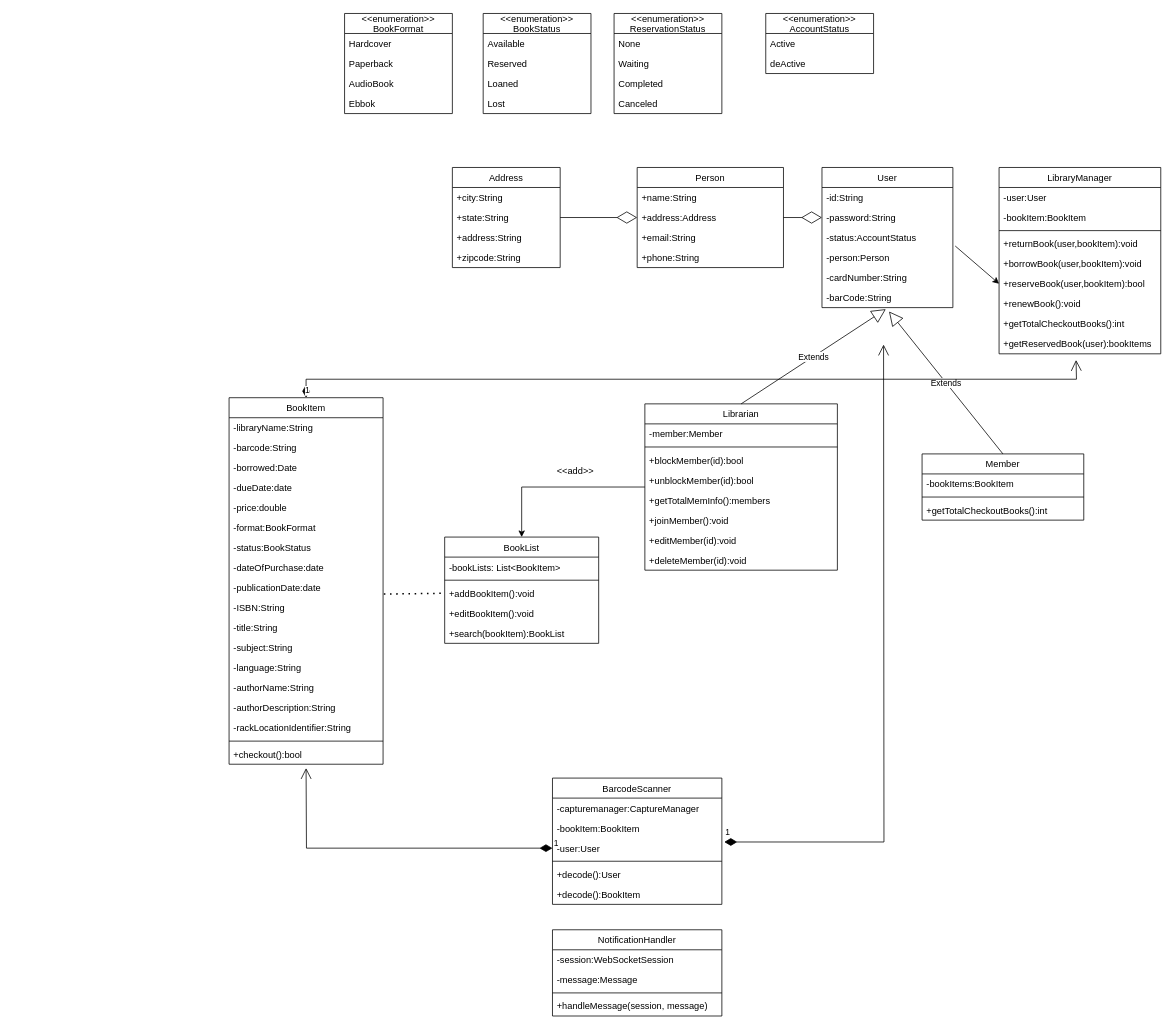
Above: page "클래스다이어그램" (1 of 3) of Library.drawio in gogogo191/becomeadeveloper (draw.io), before the change. Source tidied: cells renumbered, new cells numbered last; positions are measured from the earlier drawing's top-left corner, leaving out a move shared by most shapes. Both pictures are drawn from the tidied source at 77%, with x=0, y=0 at pixel (229, 13).
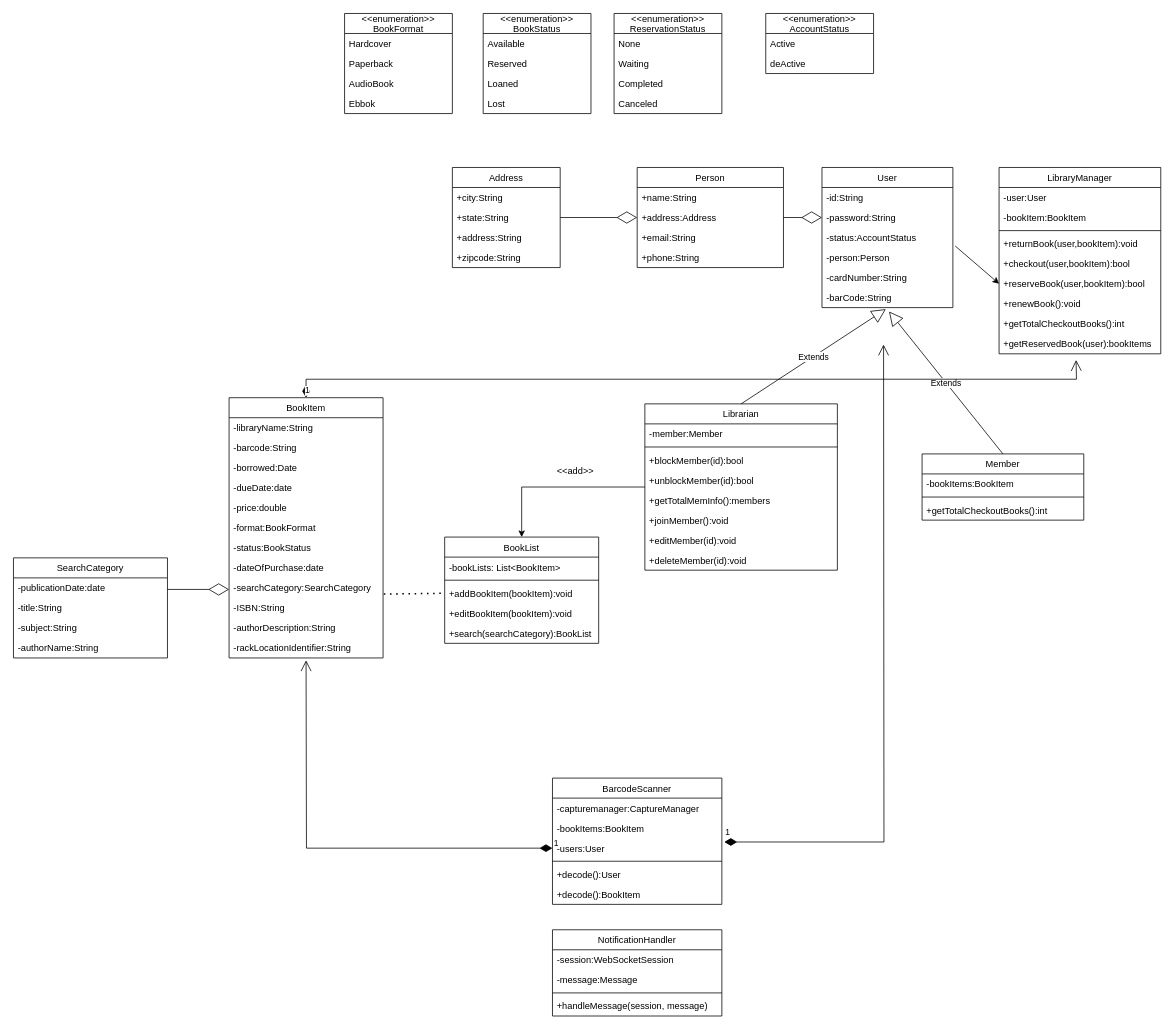
The same page after the edit.

Unchanged cells that the change refers to:
```xml
<mxCell id="66" value="BookList" style="swimlane;fontStyle=0;horizontal=1;startSize=26;fillColor=none;" parent="1" vertex="1">
  <mxGeometry x="280" y="680" width="200" height="138" as="geometry" />
</mxCell>
<mxCell id="85" value="BarcodeScanner" style="swimlane;fontStyle=0;horizontal=1;startSize=26;fillColor=none;" parent="1" vertex="1">
  <mxGeometry x="420" y="993" width="220" height="164" as="geometry" />
</mxCell>
<mxCell id="92" value="LibraryManager" style="swimlane;fontStyle=0;horizontal=1;startSize=26;fillColor=none;" parent="1" vertex="1">
  <mxGeometry x="1000" y="200" width="210" height="242" as="geometry" />
</mxCell>
```

What changed in the source:
```diff
@@
     <mxCell id="46" value="BookItem" style="swimlane;fontStyle=0;horizontal=1;startSize=26;fillColor=none;" parent="1" vertex="1">
-      <mxGeometry y="499" width="200" height="476" as="geometry" />
+      <mxGeometry y="499" width="200" height="338" as="geometry" />
     </mxCell>
@@
-    <mxCell id="55" value="-publicationDate:date" style="text;strokeColor=none;fillColor=none;align=left;verticalAlign=top;spacingLeft=4;spacingRight=4;overflow=hidden;" parent="46" vertex="1">
+    <mxCell id="55" value="-searchCategory:SearchCategory" style="text;strokeColor=none;fillColor=none;align=left;verticalAlign=top;spacingLeft=4;spacingRight=4;overflow=hidden;" parent="46" vertex="1">
       <mxGeometry y="234" width="200" height="26" as="geometry" />
     </mxCell>
@@
-    <mxCell id="57" value="-title:String" style="text;strokeColor=none;fillColor=none;align=left;verticalAlign=top;spacingLeft=4;spacingRight=4;overflow=hidden;" parent="46" vertex="1">
-      <mxGeometry y="286" width="200" height="26" as="geometry" />
-    </mxCell>
-    <mxCell id="58" value="-subject:String" style="text;strokeColor=none;fillColor=none;align=left;verticalAlign=top;spacingLeft=4;spacingRight=4;overflow=hidden;" parent="46" vertex="1">
-      <mxGeometry y="312" width="200" height="26" as="geometry" />
-    </mxCell>
-    <mxCell id="59" value="-language:String" style="text;strokeColor=none;fillColor=none;align=left;verticalAlign=top;spacingLeft=4;spacingRight=4;overflow=hidden;" parent="46" vertex="1">
-      <mxGeometry y="338" width="200" height="26" as="geometry" />
-    </mxCell>
-    <mxCell id="60" value="-authorName:String" style="text;strokeColor=none;fillColor=none;align=left;verticalAlign=top;spacingLeft=4;spacingRight=4;overflow=hidden;" parent="46" vertex="1">
-      <mxGeometry y="364" width="200" height="26" as="geometry" />
-    </mxCell>
     <mxCell id="61" value="-authorDescription:String" style="text;strokeColor=none;fillColor=none;align=left;verticalAlign=top;spacingLeft=4;spacingRight=4;overflow=hidden;" parent="46" vertex="1">
-      <mxGeometry y="390" width="200" height="26" as="geometry" />
+      <mxGeometry y="286" width="200" height="26" as="geometry" />
     </mxCell>
     <mxCell id="62" value="-rackLocationIdentifier:String" style="text;strokeColor=none;fillColor=none;align=left;verticalAlign=top;spacingLeft=4;spacingRight=4;overflow=hidden;" parent="46" vertex="1">
-      <mxGeometry y="416" width="200" height="26" as="geometry" />
+      <mxGeometry y="312" width="200" height="26" as="geometry" />
     </mxCell>
-    <mxCell id="63" style="line;strokeWidth=1;fillColor=none;align=left;verticalAlign=middle;spacingTop=-1;spacingLeft=3;spacingRight=3;labelPosition=right;" parent="46" vertex="1">
-      <mxGeometry y="442" width="200" height="8" as="geometry" />
-    </mxCell>
-    <mxCell id="64" value="+checkout():bool" style="text;strokeColor=none;fillColor=none;align=left;verticalAlign=top;spacingLeft=4;spacingRight=4;overflow=hidden;" parent="46" vertex="1">
-      <mxGeometry y="450" width="200" height="26" as="geometry" />
-    </mxCell>
@@
-    <mxCell id="69" value="+addBookItem():void" style="text;strokeColor=none;fillColor=none;align=left;verticalAlign=top;spacingLeft=4;spacingRight=4;overflow=hidden;points=[[0,0.5],[1,0.5]];portConstraint=eastwest;" parent="66" vertex="1">
+    <mxCell id="69" value="+addBookItem(bookItem):void" style="text;strokeColor=none;fillColor=none;align=left;verticalAlign=top;spacingLeft=4;spacingRight=4;overflow=hidden;points=[[0,0.5],[1,0.5]];portConstraint=eastwest;" parent="66" vertex="1">
       <mxGeometry y="60" width="200" height="26" as="geometry" />
     </mxCell>
-    <mxCell id="70" value="+editBookItem():void" style="text;strokeColor=none;fillColor=none;align=left;verticalAlign=top;spacingLeft=4;spacingRight=4;overflow=hidden;" parent="66" vertex="1">
+    <mxCell id="70" value="+editBookItem(bookItem):void" style="text;strokeColor=none;fillColor=none;align=left;verticalAlign=top;spacingLeft=4;spacingRight=4;overflow=hidden;" parent="66" vertex="1">
       <mxGeometry y="86" width="200" height="26" as="geometry" />
     </mxCell>
-    <mxCell id="71" value="+search(bookItem):BookList" style="text;strokeColor=none;fillColor=none;align=left;verticalAlign=top;spacingLeft=4;spacingRight=4;overflow=hidden;" parent="66" vertex="1">
+    <mxCell id="71" value="+search(searchCategory):BookList" style="text;strokeColor=none;fillColor=none;align=left;verticalAlign=top;spacingLeft=4;spacingRight=4;overflow=hidden;" parent="66" vertex="1">
       <mxGeometry y="112" width="200" height="26" as="geometry" />
     </mxCell>
@@
-    <mxCell id="87" value="-bookItem:BookItem" style="text;strokeColor=none;fillColor=none;align=left;verticalAlign=top;spacingLeft=4;spacingRight=4;overflow=hidden;" parent="85" vertex="1">
+    <mxCell id="87" value="-bookItems:BookItem" style="text;strokeColor=none;fillColor=none;align=left;verticalAlign=top;spacingLeft=4;spacingRight=4;overflow=hidden;" parent="85" vertex="1">
       <mxGeometry y="52" width="220" height="26" as="geometry" />
     </mxCell>
-    <mxCell id="88" value="-user:User" style="text;strokeColor=none;fillColor=none;align=left;verticalAlign=top;spacingLeft=4;spacingRight=4;overflow=hidden;points=[[0,0.5],[1,0.5]];portConstraint=eastwest;" parent="85" vertex="1">
+    <mxCell id="88" value="-users:User" style="text;strokeColor=none;fillColor=none;align=left;verticalAlign=top;spacingLeft=4;spacingRight=4;overflow=hidden;points=[[0,0.5],[1,0.5]];portConstraint=eastwest;" parent="85" vertex="1">
       <mxGeometry y="78" width="220" height="26" as="geometry" />
     </mxCell>
@@
-    <mxCell id="97" value="+borrowBook(user,bookItem):void" style="text;strokeColor=none;fillColor=none;align=left;verticalAlign=top;spacingLeft=4;spacingRight=4;overflow=hidden;" parent="92" vertex="1">
+    <mxCell id="97" value="+checkout(user,bookItem):bool" style="text;strokeColor=none;fillColor=none;align=left;verticalAlign=top;spacingLeft=4;spacingRight=4;overflow=hidden;" parent="92" vertex="1">
       <mxGeometry y="112" width="210" height="26" as="geometry" />
     </mxCell>
@@
     <mxCell id="106" value="1" style="endArrow=open;html=1;endSize=12;startArrow=diamondThin;startSize=14;startFill=1;edgeStyle=orthogonalEdgeStyle;align=left;verticalAlign=bottom;rounded=0;exitX=0;exitY=0.5;exitDx=0;exitDy=0;" parent="1" edge="1" source="88">
       <mxGeometry x="-1" y="3" relative="1" as="geometry">
-        <mxPoint x="100" y="980" as="targetPoint" />
+        <mxPoint x="100" y="840" as="targetPoint" />
       </mxGeometry>
     </mxCell>
@@
+    <mxCell id="108" value="SearchCategory" style="swimlane;fontStyle=0;horizontal=1;startSize=26;fillColor=none;" parent="1" vertex="1">
+      <mxGeometry x="-280" y="707" width="200" height="130" as="geometry" />
+    </mxCell>
+    <mxCell id="109" value="-publicationDate:date" style="text;strokeColor=none;fillColor=none;align=left;verticalAlign=top;spacingLeft=4;spacingRight=4;overflow=hidden;" parent="108" vertex="1">
+      <mxGeometry y="26" width="200" height="26" as="geometry" />
+    </mxCell>
+    <mxCell id="57" value="-title:String" style="text;strokeColor=none;fillColor=none;align=left;verticalAlign=top;spacingLeft=4;spacingRight=4;overflow=hidden;" parent="108" vertex="1">
+      <mxGeometry y="52" width="200" height="26" as="geometry" />
+    </mxCell>
+    <mxCell id="58" value="-subject:String" style="text;strokeColor=none;fillColor=none;align=left;verticalAlign=top;spacingLeft=4;spacingRight=4;overflow=hidden;" parent="108" vertex="1">
+      <mxGeometry y="78" width="200" height="26" as="geometry" />
+    </mxCell>
+    <mxCell id="60" value="-authorName:String" style="text;strokeColor=none;fillColor=none;align=left;verticalAlign=top;spacingLeft=4;spacingRight=4;overflow=hidden;" parent="108" vertex="1">
+      <mxGeometry y="104" width="200" height="26" as="geometry" />
+    </mxCell>
+    <mxCell id="110" style="endArrow=diamondThin;endFill=0;endSize=24;html=1;rounded=0;entryX=0;entryY=0.5;entryDx=0;entryDy=0;" parent="1" edge="1">
+      <mxGeometry relative="1" as="geometry">
+        <mxPoint x="-80" y="748" as="sourcePoint" />
+        <mxPoint y="748" as="targetPoint" />
+      </mxGeometry>
+    </mxCell>
```
